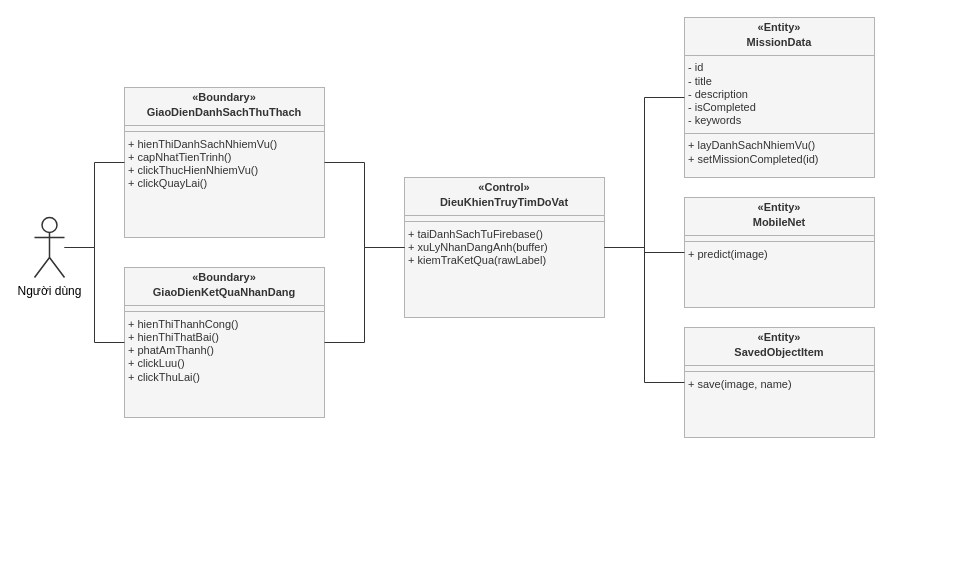
This is docs/AC/analysis_class_diagram_treasure_hunt.drawio from mitiie/KidX, a draw.io file, before an edit. Source tidied: cells renumbered, new cells numbered last; positions are measured from the earlier drawing's top-left corner, leaving out a move shared by most shapes. Both pictures are drawn from the tidied source at 100%, with x=0, y=0 at pixel (34, 17).
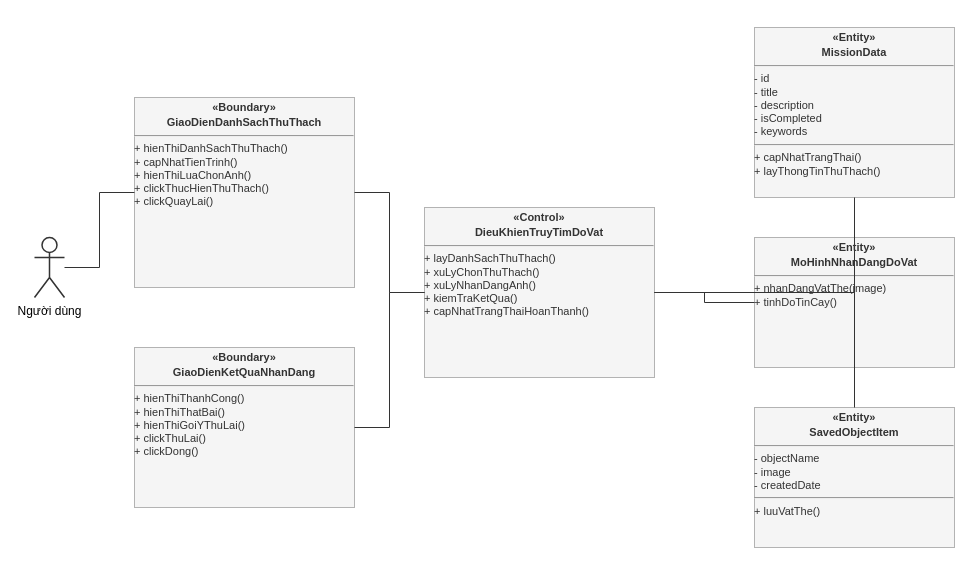
The same diagram, later.

The edit, as a diff of the source:
```diff
@@
     <mxCell id="2" value="Người dùng" style="shape=umlActor;verticalLabelPosition=bottom;verticalAlign=top;html=1;outlineConnect=0;strokeColor=#333333;strokeWidth=1.5;" parent="1" vertex="1">
-      <mxGeometry y="200" width="30" height="60" as="geometry" />
+      <mxGeometry y="220" width="30" height="60" as="geometry" />
     </mxCell>
-    <mxCell id="3" value="&lt;p style=&quot;margin:0px;margin-top:4px;text-align:center;&quot;&gt;&lt;b&gt;«Boundary»&lt;/b&gt;&lt;/p&gt;&lt;p style=&quot;margin:0px;margin-top:2px;text-align:center;&quot;&gt;&lt;b&gt;GiaoDienDanhSachThuThach&lt;/b&gt;&lt;/p&gt;&lt;hr size=&quot;1&quot; style=&quot;border-style:solid;border-color:#b3b3b3;&quot;/&gt;&lt;p style=&quot;margin:0px;margin-left:4px;text-align:left;&quot;&gt;&lt;/p&gt;&lt;hr size=&quot;1&quot; style=&quot;border-style:solid;border-color:#b3b3b3;&quot;/&gt;&lt;p style=&quot;margin:0px;margin-left:4px;text-align:left;&quot;&gt;+ hienThiDanhSachNhiemVu()&lt;br&gt;+ capNhatTienTrinh()&lt;br&gt;+ clickThucHienNhiemVu()&lt;br&gt;+ clickQuayLai()&lt;/p&gt;" style="verticalAlign=top;align=left;overflow=fill;html=1;whiteSpace=wrap;rounded=0;fillColor=#f5f5f5;strokeColor=#b3b3b3;fontColor=#333333;fontSize=11;" parent="1" vertex="1">
-      <mxGeometry x="90" y="70" width="200" height="150" as="geometry" />
+    <mxCell id="3" value="&lt;p style=&quot;margin:0px;margin-top:4px;text-align:center;&quot;&gt;&lt;b&gt;«Boundary»&lt;/b&gt;&lt;/p&gt; &lt;p style=&quot;margin:0px;margin-top:2px;text-align:center;&quot;&gt;&lt;b&gt;GiaoDienDanhSachThuThach&lt;/b&gt;&lt;/p&gt; &lt;hr&gt; + hienThiDanhSachThuThach()&lt;br&gt; + capNhatTienTrinh()&lt;br&gt; + hienThiLuaChonAnh()&lt;br&gt; + clickThucHienThuThach()&lt;br&gt; + clickQuayLai()" style="verticalAlign=top;align=left;overflow=fill;html=1;whiteSpace=wrap;rounded=0;fillColor=#f5f5f5;strokeColor=#b3b3b3;fontColor=#333333;fontSize=11;" parent="1" vertex="1">
+      <mxGeometry x="100" y="80" width="220" height="190" as="geometry" />
     </mxCell>
-    <mxCell id="4" value="&lt;p style=&quot;margin:0px;margin-top:4px;text-align:center;&quot;&gt;&lt;b&gt;«Boundary»&lt;/b&gt;&lt;/p&gt;&lt;p style=&quot;margin:0px;margin-top:2px;text-align:center;&quot;&gt;&lt;b&gt;GiaoDienKetQuaNhanDang&lt;/b&gt;&lt;/p&gt;&lt;hr size=&quot;1&quot; style=&quot;border-style:solid;border-color:#b3b3b3;&quot;/&gt;&lt;p style=&quot;margin:0px;margin-left:4px;text-align:left;&quot;&gt;&lt;/p&gt;&lt;hr size=&quot;1&quot; style=&quot;border-style:solid;border-color:#b3b3b3;&quot;/&gt;&lt;p style=&quot;margin:0px;margin-left:4px;text-align:left;&quot;&gt;+ hienThiThanhCong()&lt;br&gt;+ hienThiThatBai()&lt;br&gt;+ phatAmThanh()&lt;br&gt;+ clickLuu()&lt;br&gt;+ clickThuLai()&lt;/p&gt;" style="verticalAlign=top;align=left;overflow=fill;html=1;whiteSpace=wrap;rounded=0;fillColor=#f5f5f5;strokeColor=#b3b3b3;fontColor=#333333;fontSize=11;" parent="1" vertex="1">
-      <mxGeometry x="90" y="250" width="200" height="150" as="geometry" />
+    <mxCell id="4" value="&lt;p style=&quot;margin:0px;margin-top:4px;text-align:center;&quot;&gt;&lt;b&gt;«Boundary»&lt;/b&gt;&lt;/p&gt; &lt;p style=&quot;margin:0px;margin-top:2px;text-align:center;&quot;&gt;&lt;b&gt;GiaoDienKetQuaNhanDang&lt;/b&gt;&lt;/p&gt; &lt;hr&gt; + hienThiThanhCong()&lt;br&gt; + hienThiThatBai()&lt;br&gt; + hienThiGoiYThuLai()&lt;br&gt; + clickThuLai()&lt;br&gt; + clickDong()" style="verticalAlign=top;align=left;overflow=fill;html=1;whiteSpace=wrap;rounded=0;fillColor=#f5f5f5;strokeColor=#b3b3b3;fontColor=#333333;fontSize=11;" parent="1" vertex="1">
+      <mxGeometry x="100" y="330" width="220" height="160" as="geometry" />
     </mxCell>
-    <mxCell id="5" value="&lt;p style=&quot;margin:0px;margin-top:4px;text-align:center;&quot;&gt;&lt;b&gt;«Control»&lt;/b&gt;&lt;/p&gt;&lt;p style=&quot;margin:0px;margin-top:2px;text-align:center;&quot;&gt;&lt;b&gt;DieuKhienTruyTimDoVat&lt;/b&gt;&lt;/p&gt;&lt;hr size=&quot;1&quot; style=&quot;border-style:solid;border-color:#b3b3b3;&quot;/&gt;&lt;p style=&quot;margin:0px;margin-left:4px;text-align:left;&quot;&gt;&lt;/p&gt;&lt;hr size=&quot;1&quot; style=&quot;border-style:solid;border-color:#b3b3b3;&quot;/&gt;&lt;p style=&quot;margin:0px;margin-left:4px;text-align:left;&quot;&gt;+ taiDanhSachTuFirebase()&lt;br&gt;+ xuLyNhanDangAnh(buffer)&lt;br&gt;+ kiemTraKetQua(rawLabel)&lt;/p&gt;" style="verticalAlign=top;align=left;overflow=fill;html=1;whiteSpace=wrap;rounded=0;fillColor=#f5f5f5;strokeColor=#b3b3b3;fontColor=#333333;fontSize=11;" parent="1" vertex="1">
-      <mxGeometry x="370" y="160" width="200" height="140" as="geometry" />
+    <mxCell id="5" value="&lt;p style=&quot;margin:0px;margin-top:4px;text-align:center;&quot;&gt;&lt;b&gt;«Control»&lt;/b&gt;&lt;/p&gt; &lt;p style=&quot;margin:0px;margin-top:2px;text-align:center;&quot;&gt;&lt;b&gt;DieuKhienTruyTimDoVat&lt;/b&gt;&lt;/p&gt; &lt;hr&gt; + layDanhSachThuThach()&lt;br&gt; + xuLyChonThuThach()&lt;br&gt; + xuLyNhanDangAnh()&lt;br&gt; + kiemTraKetQua()&lt;br&gt; + capNhatTrangThaiHoanThanh()" style="verticalAlign=top;align=left;overflow=fill;html=1;whiteSpace=wrap;rounded=0;fillColor=#f5f5f5;strokeColor=#b3b3b3;fontColor=#333333;fontSize=11;" parent="1" vertex="1">
+      <mxGeometry x="390" y="190" width="230" height="170" as="geometry" />
     </mxCell>
-    <mxCell id="6" value="&lt;p style=&quot;margin:0px;margin-top:4px;text-align:center;&quot;&gt;&lt;b&gt;«Entity»&lt;/b&gt;&lt;/p&gt;&lt;p style=&quot;margin:0px;margin-top:2px;text-align:center;&quot;&gt;&lt;b&gt;MissionData&lt;/b&gt;&lt;/p&gt;&lt;hr size=&quot;1&quot; style=&quot;border-style:solid;border-color:#b3b3b3;&quot;/&gt;&lt;p style=&quot;margin:0px;margin-left:4px;text-align:left;&quot;&gt;- id&lt;br&gt;- title&lt;br&gt;- description&lt;br&gt;- isCompleted&lt;br&gt;- keywords&lt;/p&gt;&lt;hr size=&quot;1&quot; style=&quot;border-style:solid;border-color:#b3b3b3;&quot;/&gt;&lt;p style=&quot;margin:0px;margin-left:4px;text-align:left;&quot;&gt;+ layDanhSachNhiemVu()&lt;br&gt;+ setMissionCompleted(id)&lt;/p&gt;" style="verticalAlign=top;align=left;overflow=fill;html=1;whiteSpace=wrap;rounded=0;fillColor=#f5f5f5;strokeColor=#b3b3b3;fontColor=#333333;fontSize=11;" parent="1" vertex="1">
-      <mxGeometry x="650" width="190" height="160" as="geometry" />
+    <mxCell id="6" value="&lt;p style=&quot;margin:0px;margin-top:4px;text-align:center;&quot;&gt;&lt;b&gt;«Entity»&lt;/b&gt;&lt;/p&gt; &lt;p style=&quot;margin:0px;margin-top:2px;text-align:center;&quot;&gt;&lt;b&gt;MissionData&lt;/b&gt;&lt;/p&gt; &lt;hr&gt; - id&lt;br&gt; - title&lt;br&gt; - description&lt;br&gt; - isCompleted&lt;br&gt; - keywords &lt;hr&gt; + capNhatTrangThai()&lt;br&gt; + layThongTinThuThach()" style="verticalAlign=top;align=left;overflow=fill;html=1;whiteSpace=wrap;rounded=0;fillColor=#f5f5f5;strokeColor=#b3b3b3;fontColor=#333333;fontSize=11;" parent="1" vertex="1">
+      <mxGeometry x="720" y="10" width="200" height="170" as="geometry" />
     </mxCell>
-    <mxCell id="7" value="&lt;p style=&quot;margin:0px;margin-top:4px;text-align:center;&quot;&gt;&lt;b&gt;«Entity»&lt;/b&gt;&lt;/p&gt;&lt;p style=&quot;margin:0px;margin-top:2px;text-align:center;&quot;&gt;&lt;b&gt;MobileNet&lt;/b&gt;&lt;/p&gt;&lt;hr size=&quot;1&quot; style=&quot;border-style:solid;border-color:#b3b3b3;&quot;/&gt;&lt;p style=&quot;margin:0px;margin-left:4px;text-align:left;&quot;&gt;&lt;/p&gt;&lt;hr size=&quot;1&quot; style=&quot;border-style:solid;border-color:#b3b3b3;&quot;/&gt;&lt;p style=&quot;margin:0px;margin-left:4px;text-align:left;&quot;&gt;+ predict(image)&lt;/p&gt;" style="verticalAlign=top;align=left;overflow=fill;html=1;whiteSpace=wrap;rounded=0;fillColor=#f5f5f5;strokeColor=#b3b3b3;fontColor=#333333;fontSize=11;" parent="1" vertex="1">
-      <mxGeometry x="650" y="180" width="190" height="110" as="geometry" />
-    </mxCell>
+    <mxCell id="16" value="&lt;p style=&quot;margin:0px;margin-top:4px;text-align:center;&quot;&gt;&lt;b&gt;«Entity»&lt;/b&gt;&lt;/p&gt; &lt;p style=&quot;margin:0px;margin-top:2px;text-align:center;&quot;&gt;&lt;b&gt;MoHinhNhanDangDoVat&lt;/b&gt;&lt;/p&gt; &lt;hr&gt; + nhanDangVatThe(image)&lt;br&gt; + tinhDoTinCay()" style="verticalAlign=top;align=left;overflow=fill;html=1;whiteSpace=wrap;rounded=0;fillColor=#f5f5f5;strokeColor=#b3b3b3;fontColor=#333333;fontSize=11;" parent="1" vertex="1">
+      <mxGeometry x="720" y="220" width="200" height="130" as="geometry" />
+    </mxCell>
-    <mxCell id="8" value="&lt;p style=&quot;margin:0px;margin-top:4px;text-align:center;&quot;&gt;&lt;b&gt;«Entity»&lt;/b&gt;&lt;/p&gt;&lt;p style=&quot;margin:0px;margin-top:2px;text-align:center;&quot;&gt;&lt;b&gt;SavedObjectItem&lt;/b&gt;&lt;/p&gt;&lt;hr size=&quot;1&quot; style=&quot;border-style:solid;border-color:#b3b3b3;&quot;/&gt;&lt;p style=&quot;margin:0px;margin-left:4px;text-align:left;&quot;&gt;&lt;/p&gt;&lt;hr size=&quot;1&quot; style=&quot;border-style:solid;border-color:#b3b3b3;&quot;/&gt;&lt;p style=&quot;margin:0px;margin-left:4px;text-align:left;&quot;&gt;+ save(image, name)&lt;/p&gt;" style="verticalAlign=top;align=left;overflow=fill;html=1;whiteSpace=wrap;rounded=0;fillColor=#f5f5f5;strokeColor=#b3b3b3;fontColor=#333333;fontSize=11;" parent="1" vertex="1">
-      <mxGeometry x="650" y="310" width="190" height="110" as="geometry" />
+    <mxCell id="8" value="&lt;p style=&quot;margin:0px;margin-top:4px;text-align:center;&quot;&gt;&lt;b&gt;«Entity»&lt;/b&gt;&lt;/p&gt; &lt;p style=&quot;margin:0px;margin-top:2px;text-align:center;&quot;&gt;&lt;b&gt;SavedObjectItem&lt;/b&gt;&lt;/p&gt; &lt;hr&gt; - objectName&lt;br&gt; - image&lt;br&gt; - createdDate &lt;hr&gt; + luuVatThe()" style="verticalAlign=top;align=left;overflow=fill;html=1;whiteSpace=wrap;rounded=0;fillColor=#f5f5f5;strokeColor=#b3b3b3;fontColor=#333333;fontSize=11;" parent="1" vertex="1">
+      <mxGeometry x="720" y="390" width="200" height="140" as="geometry" />
     </mxCell>
-    <mxCell id="9" style="edgeStyle=orthogonalEdgeStyle;rounded=0;jettySize=auto;html=1;strokeColor=#333333;endArrow=none;" parent="1" edge="1" source="2" target="3">
-      <mxGeometry relative="1" as="geometry">
-        <Array as="points">
-          <mxPoint x="60" y="230" />
-          <mxPoint x="60" y="145" />
-        </Array>
-      </mxGeometry>
+    <mxCell id="9" style="edgeStyle=orthogonalEdgeStyle;rounded=0;html=1;strokeColor=#333333;endArrow=none;" parent="1" edge="1" source="2" target="3">
+      <mxGeometry relative="1" as="geometry" />
     </mxCell>
-    <mxCell id="10" style="edgeStyle=orthogonalEdgeStyle;rounded=0;jettySize=auto;html=1;strokeColor=#333333;endArrow=none;" parent="1" edge="1" source="2" target="4">
-      <mxGeometry relative="1" as="geometry">
-        <Array as="points">
-          <mxPoint x="60" y="230" />
-          <mxPoint x="60" y="325" />
-        </Array>
-      </mxGeometry>
+    <mxCell id="10" style="edgeStyle=orthogonalEdgeStyle;rounded=0;html=1;strokeColor=#333333;endArrow=none;" parent="1" edge="1" source="3" target="5">
+      <mxGeometry relative="1" as="geometry" />
     </mxCell>
-    <mxCell id="11" style="edgeStyle=orthogonalEdgeStyle;rounded=0;jettySize=auto;html=1;strokeColor=#333333;endArrow=none;" parent="1" edge="1" source="3" target="5">
-      <mxGeometry relative="1" as="geometry">
-        <Array as="points">
-          <mxPoint x="330" y="145" />
-          <mxPoint x="330" y="230" />
-        </Array>
-      </mxGeometry>
+    <mxCell id="11" style="edgeStyle=orthogonalEdgeStyle;rounded=0;html=1;strokeColor=#333333;endArrow=none;" parent="1" edge="1" source="4" target="5">
+      <mxGeometry relative="1" as="geometry" />
     </mxCell>
-    <mxCell id="12" style="edgeStyle=orthogonalEdgeStyle;rounded=0;jettySize=auto;html=1;strokeColor=#333333;endArrow=none;" parent="1" edge="1" source="4" target="5">
-      <mxGeometry relative="1" as="geometry">
-        <Array as="points">
-          <mxPoint x="330" y="325" />
-          <mxPoint x="330" y="230" />
-        </Array>
-      </mxGeometry>
+    <mxCell id="12" style="edgeStyle=orthogonalEdgeStyle;rounded=0;html=1;strokeColor=#333333;endArrow=none;" parent="1" edge="1" source="5" target="6">
+      <mxGeometry relative="1" as="geometry" />
     </mxCell>
-    <mxCell id="13" style="edgeStyle=orthogonalEdgeStyle;rounded=0;jettySize=auto;html=1;strokeColor=#333333;endArrow=none;" parent="1" edge="1" source="5" target="6">
-      <mxGeometry relative="1" as="geometry">
-        <Array as="points">
-          <mxPoint x="610" y="230" />
-          <mxPoint x="610" y="80" />
-        </Array>
-      </mxGeometry>
+    <mxCell id="13" style="edgeStyle=orthogonalEdgeStyle;rounded=0;html=1;strokeColor=#333333;endArrow=none;" parent="1" edge="1" source="5" target="16">
+      <mxGeometry relative="1" as="geometry" />
     </mxCell>
-    <mxCell id="14" style="edgeStyle=orthogonalEdgeStyle;rounded=0;jettySize=auto;html=1;strokeColor=#333333;endArrow=none;" parent="1" edge="1" source="5" target="7">
-      <mxGeometry relative="1" as="geometry">
-        <Array as="points">
-          <mxPoint x="610" y="230" />
-          <mxPoint x="610" y="235" />
-        </Array>
-      </mxGeometry>
+    <mxCell id="14" style="edgeStyle=orthogonalEdgeStyle;rounded=0;html=1;strokeColor=#333333;endArrow=none;" parent="1" edge="1" source="5" target="8">
+      <mxGeometry relative="1" as="geometry" />
     </mxCell>
-    <mxCell id="15" style="edgeStyle=orthogonalEdgeStyle;rounded=0;jettySize=auto;html=1;strokeColor=#333333;endArrow=none;" parent="1" edge="1" source="5" target="8">
-      <mxGeometry relative="1" as="geometry">
-        <Array as="points">
-          <mxPoint x="610" y="230" />
-          <mxPoint x="610" y="365" />
-        </Array>
-      </mxGeometry>
-    </mxCell>
```
